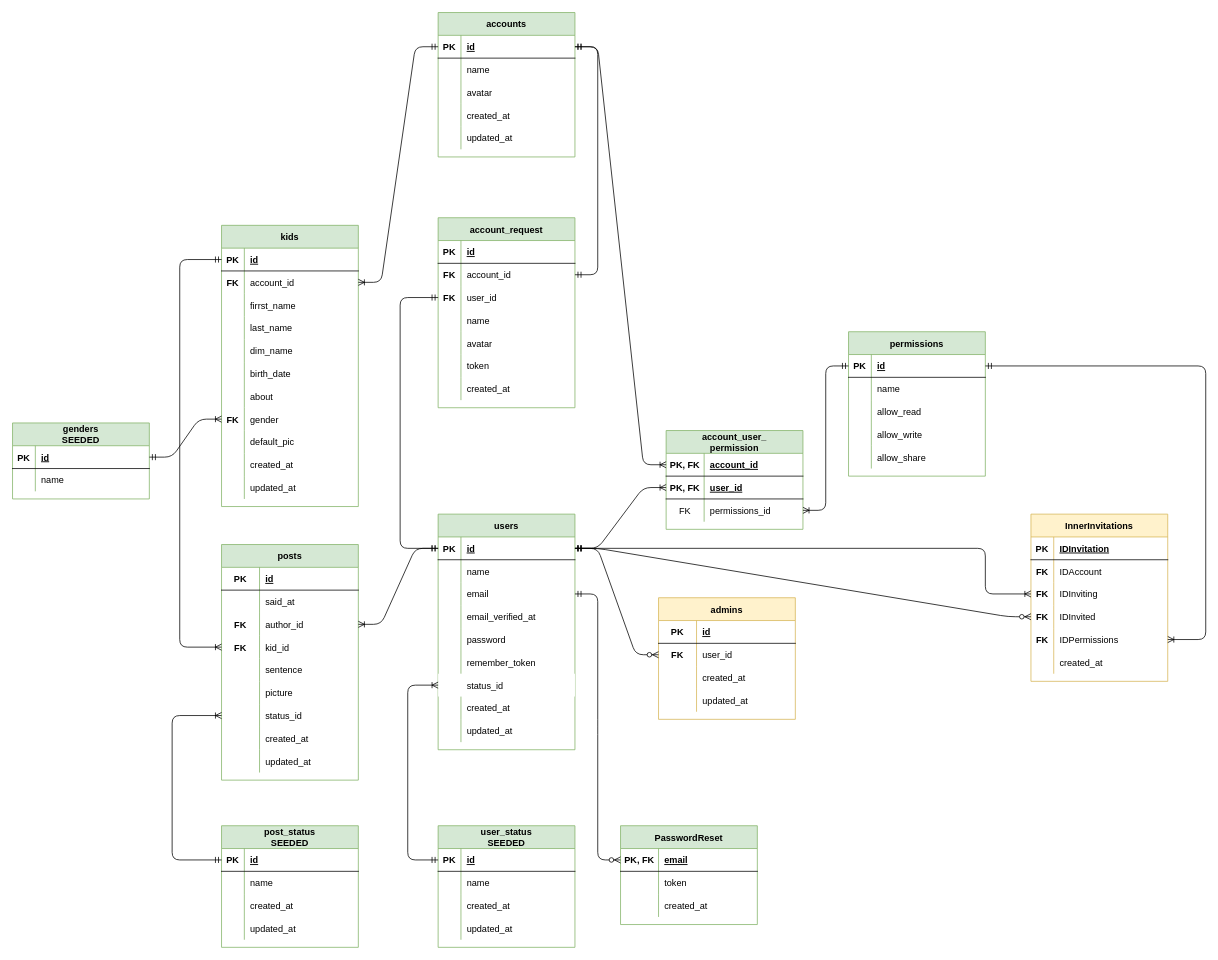
The draw.io diagram ERD_tataamarcinv3.drawio in donsledzion/tata3, before the edit. Source tidied: cells renumbered, new cells numbered last; positions are measured from the earlier drawing's top-left corner, leaving out a move shared by most shapes. Both pictures are drawn from the tidied source at 76%, with x=0, y=0 at pixel (12, 12).
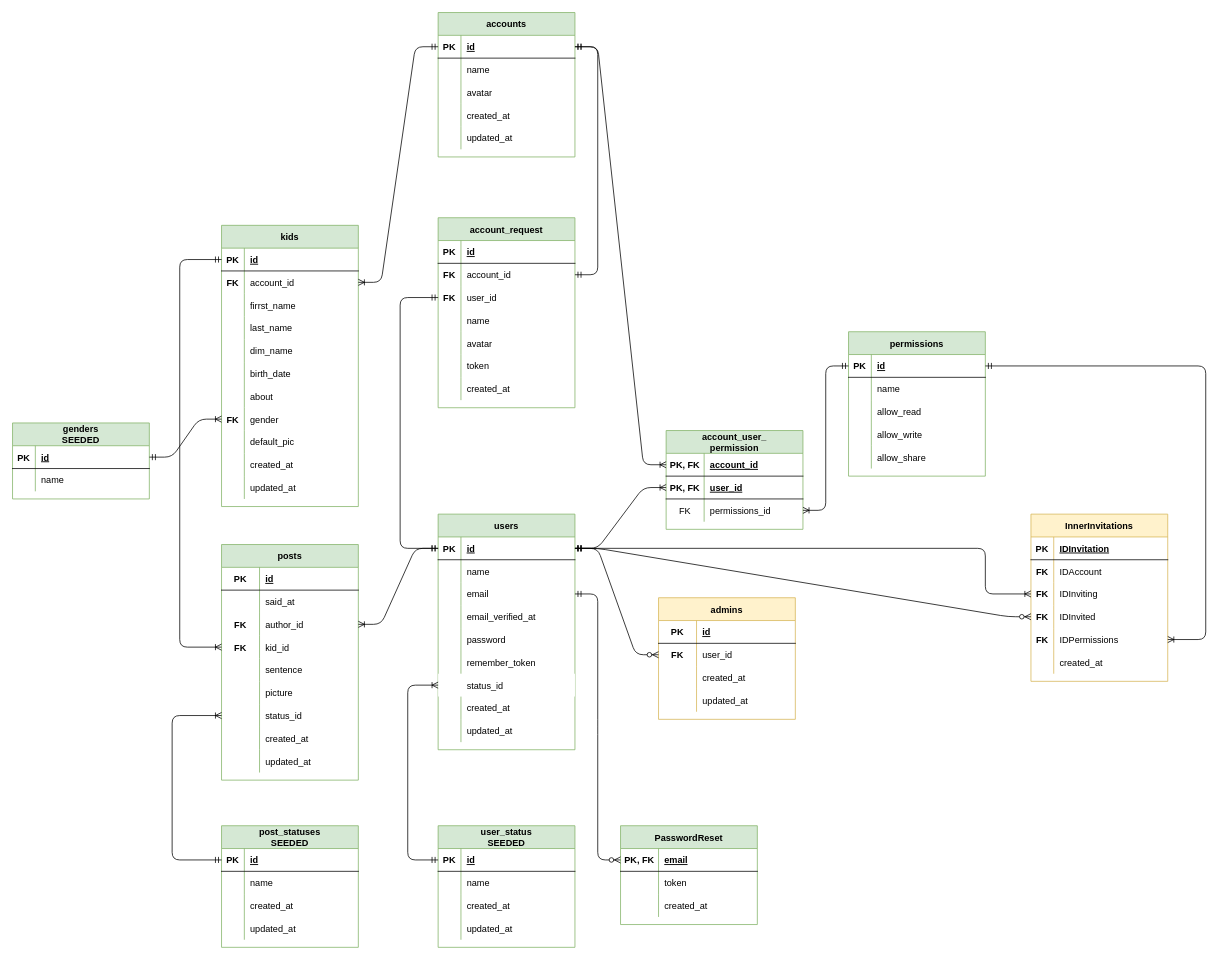
After the change.

What changed in the source:
```diff
@@
-    <mxCell id="209" value="post_status&#10;SEEDED" style="shape=table;startSize=30;childLayout=tableLayout;rowLines=0;fontStyle=1;align=center;fillColor=#d5e8d4;strokeColor=#82b366;" parent="1" vertex="1">
+    <mxCell id="209" value="post_statuses&#10;SEEDED" style="shape=table;startSize=30;childLayout=tableLayout;rowLines=0;fontStyle=1;align=center;fillColor=#d5e8d4;strokeColor=#82b366;" parent="1" vertex="1">
       <mxGeometry x="275" y="1070" width="180" height="160" as="geometry" />
     </mxCell>
```
